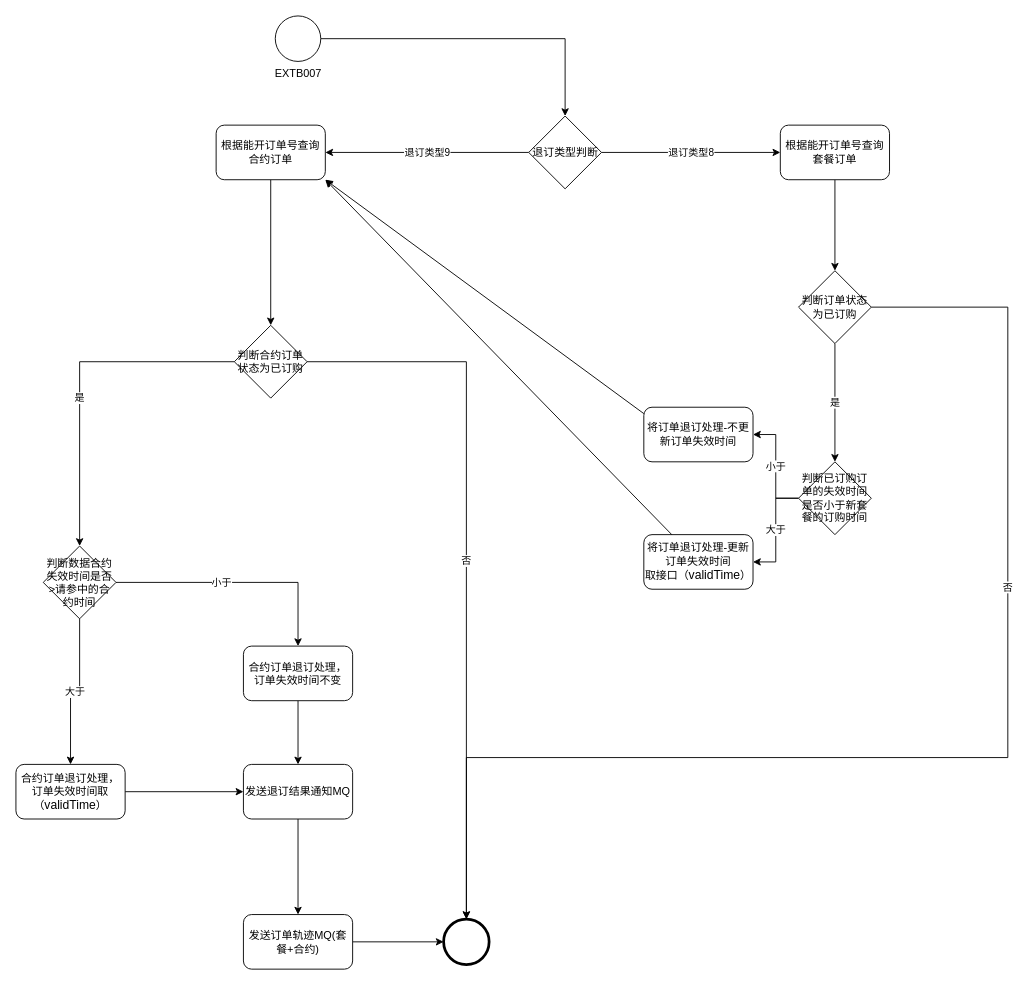
This is page "套餐+合约的退订" (2 of 3) of 套餐+权益.drawio from moshan123/draw, a draw.io file, before an edit. Source tidied: cells renumbered, new cells numbered last; positions are measured from the earlier drawing's top-left corner, leaving out a move shared by most shapes. Both pictures are drawn from the tidied source at 91%, with x=0, y=0 at pixel (15, 15).
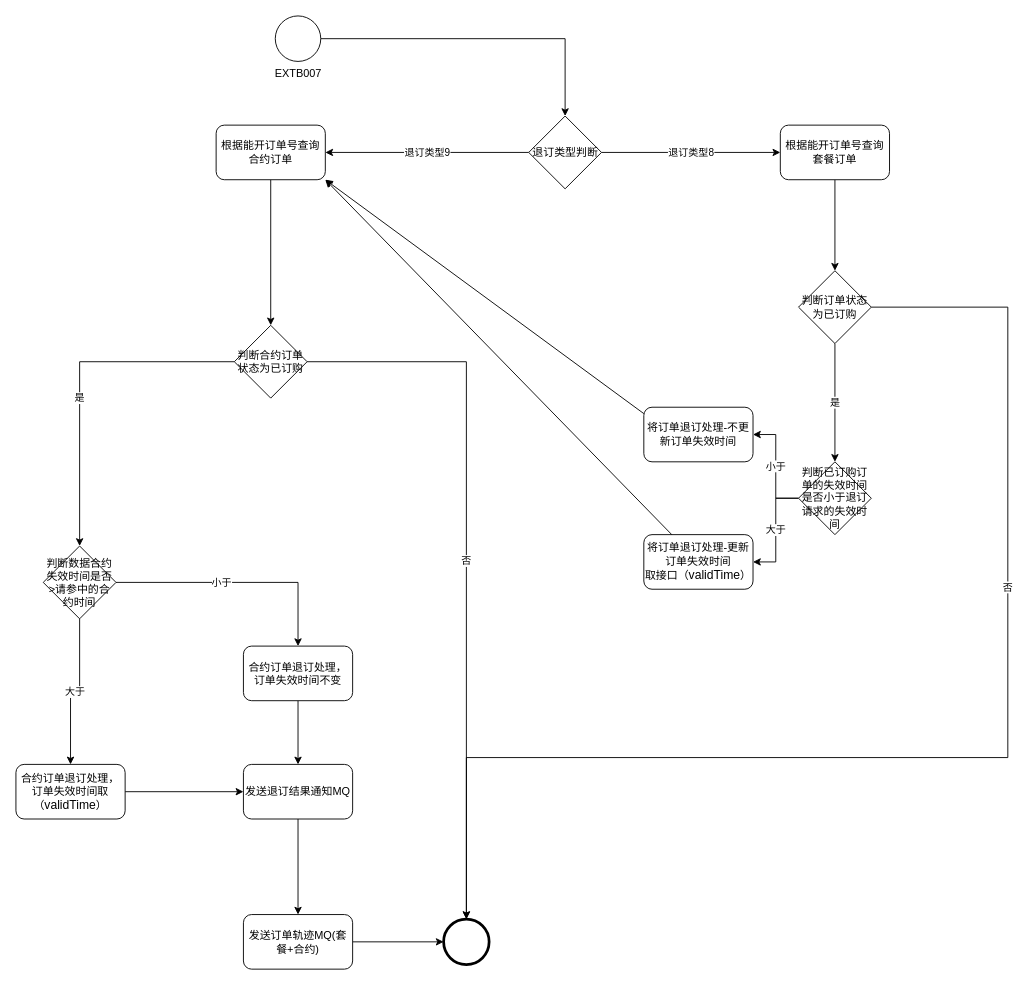
After the change.

Diff of the diagram source:
```diff
@@
-    <mxCell id="30" value="判断已订购订单的失效时间是否小于新套餐的订购时间" style="rhombus;whiteSpace=wrap;html=1;" parent="1" vertex="1">
+    <mxCell id="30" value="判断已订购订单的失效时间是否小于退订请求的失效时间" style="rhombus;whiteSpace=wrap;html=1;" parent="1" vertex="1">
       <mxGeometry x="860" y="490" width="80" height="80" as="geometry" />
     </mxCell>
```
